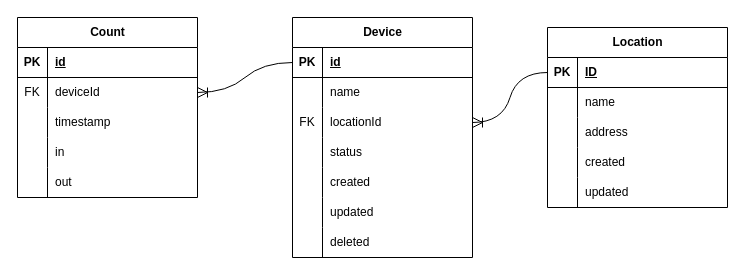
This is docs/architecture/people-counting-system-erd.drawio from LaneMMII/people-counting-demo, a draw.io file, before an edit. Source tidied: cells renumbered, new cells numbered last; positions are measured from the earlier drawing's top-left corner, leaving out a move shared by most shapes. Both pictures are drawn from the tidied source at 100%, with x=0, y=0 at pixel (17, 17).
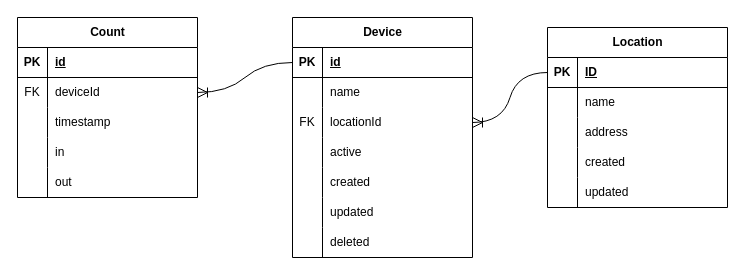
The same page after the edit.

Commit message (it also covers changes not shown here):
Changed status to active

Unchanged cells that the change refers to:
```xml
<mxCell id="28" style="shape=tableRow;horizontal=0;startSize=0;swimlaneHead=0;swimlaneBody=0;fillColor=none;top=0;left=0;right=0;bottom=0;" parent="18" vertex="1">
  <mxGeometry y="120" width="180" height="30" as="geometry" />
</mxCell>
```

Diff of the diagram source:
```diff
@@
-    <mxCell id="30" value="status" style="shape=partialRectangle;fillColor=none;top=0;left=0;bottom=0;right=0;align=left;spacingLeft=6;overflow=hidden;whiteSpace=wrap;html=1;" parent="28" vertex="1">
+    <mxCell id="30" value="active" style="shape=partialRectangle;fillColor=none;top=0;left=0;bottom=0;right=0;align=left;spacingLeft=6;overflow=hidden;whiteSpace=wrap;html=1;" parent="28" vertex="1">
       <mxGeometry x="30" width="150" height="30" as="geometry" />
     </mxCell>
```
